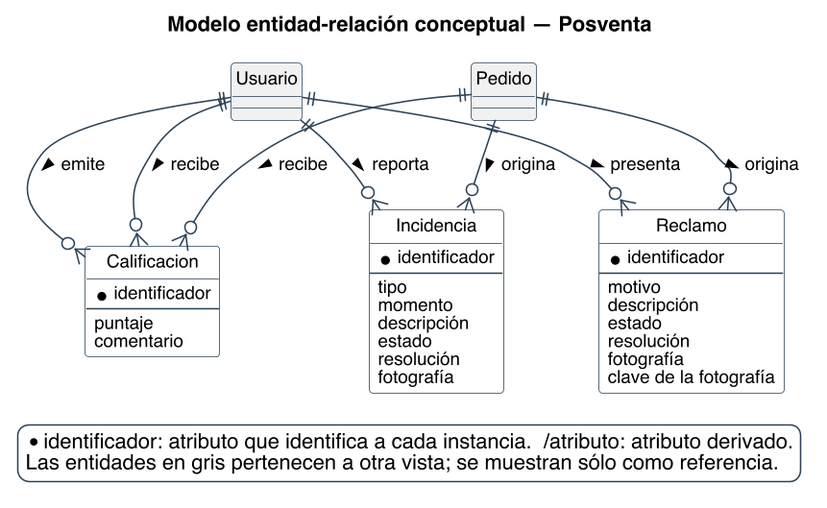
This is diagramas/base-de-datos/conceptual/SPLG-der-07-posventa.png from Nahuelito-Dev/splg-docs, a PlantUML export, as it was before one commit. Source of this version:
```plantuml
@startuml
title Modelo entidad-relación conceptual — Posventa
skinparam backgroundColor #FFFFFF
skinparam shadowing false
skinparam defaultFontName Helvetica
skinparam defaultFontSize 12
skinparam dpi 150
skinparam class {
  BorderColor #2C4257
  BackgroundColor #FFFFFF
  ArrowColor #2C4257
  FontSize 12
}
skinparam entity<<ajena>> {
  BackgroundColor #F1F1F1
  BorderColor #8A97A3
  FontColor #55616C
}
skinparam class<<propuesto>> {
  BorderColor #1F5E8C
  BackgroundColor #E4EDF4
}
skinparam entity<<propuesto>> {
  BorderColor #1F5E8C
  BackgroundColor #E4EDF4
}
skinparam legendBackgroundColor #FFFFFF
skinparam legendBorderColor #2C4257

hide circle

skinparam nodesep 25
skinparam ranksep 45

entity Calificacion {
  * identificador
  --
  {field} puntaje
  {field} comentario
}
entity Incidencia {
  * identificador
  --
  {field} tipo
  {field} momento
  {field} descripción
  {field} estado
  {field} resolución
  {field} fotografía
}
entity Reclamo {
  * identificador
  --
  {field} motivo
  {field} descripción
  {field} estado
  {field} resolución
  {field} fotografía
  {field} clave de la fotografía
}
entity Usuario #F1F1F1 {
}
entity Pedido #F1F1F1 {
}

Usuario ||--o{ Reclamo : presenta >
Pedido ||--o{ Reclamo : origina >
Pedido ||--o{ Incidencia : origina >
Usuario ||--o{ Incidencia : reporta >
Usuario ||--o{ Calificacion : emite >
Pedido ||--o{ Calificacion : recibe >
Usuario ||--o{ Calificacion : recibe >

legend bottom right
  * identificador: atributo que identifica a cada instancia.  /atributo: atributo derivado.
  Las entidades en gris pertenecen a otra vista; se muestran sólo como referencia.
endlegend
@enduml
```
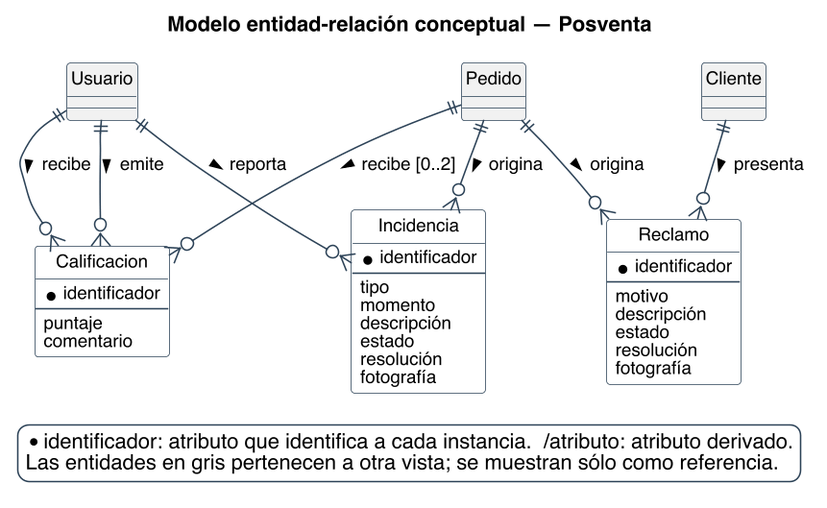
After the change.

The edit, as a diff of the source:
```diff
@@ -56,19 +56,20 @@
   {field} estado
   {field} resolución
   {field} fotografía
-  {field} clave de la fotografía
 }
 entity Usuario #F1F1F1 {
 }
 entity Pedido #F1F1F1 {
 }
+entity Cliente #F1F1F1 {
+}
 
-Usuario ||--o{ Reclamo : presenta >
+Cliente ||--o{ Reclamo : presenta >
 Pedido ||--o{ Reclamo : origina >
 Pedido ||--o{ Incidencia : origina >
 Usuario ||--o{ Incidencia : reporta >
 Usuario ||--o{ Calificacion : emite >
-Pedido ||--o{ Calificacion : recibe >
+Pedido ||--o{ Calificacion : recibe [0..2] >
 Usuario ||--o{ Calificacion : recibe >
 
 legend bottom right
```
